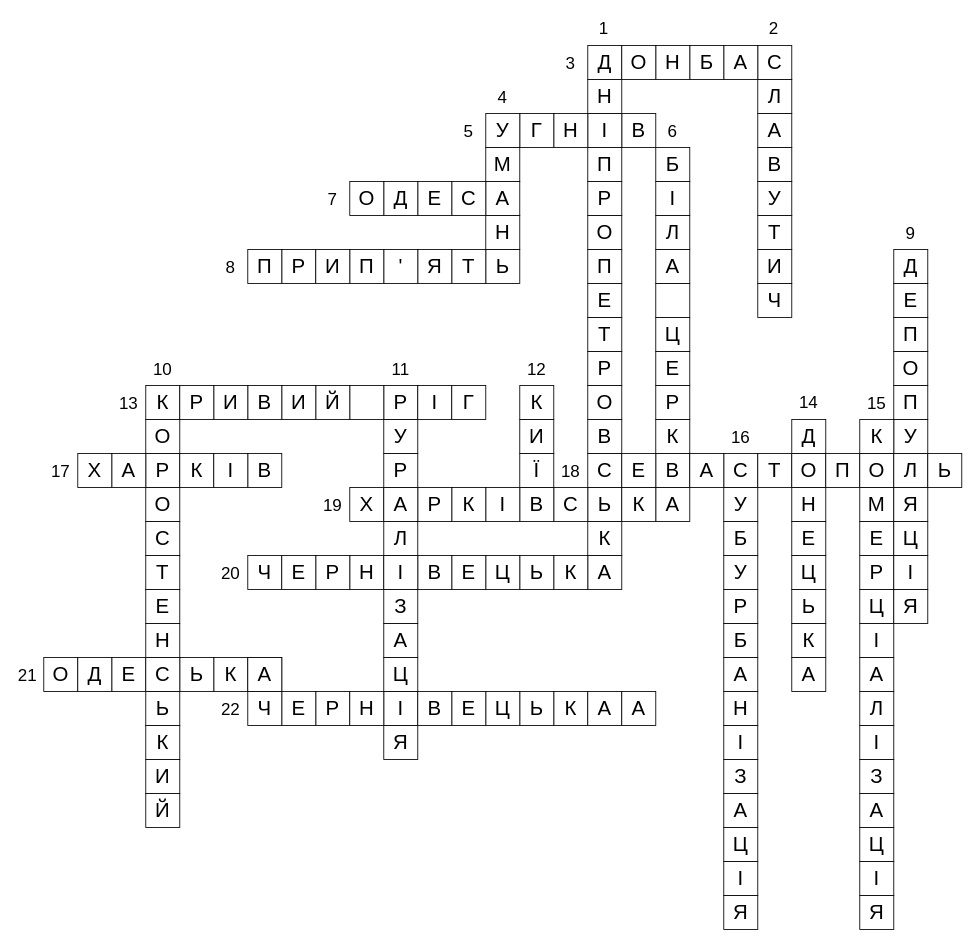
This is Копія Копія Копія Crossword.drawio from GeorgeShvab/diagrams, a draw.io file, before an edit. Source tidied: cells renumbered, new cells numbered last; positions are measured from the earlier drawing's top-left corner, leaving out a move shared by most shapes. Both pictures are drawn from the tidied source at 85%, with x=0, y=0 at pixel (14, 14).
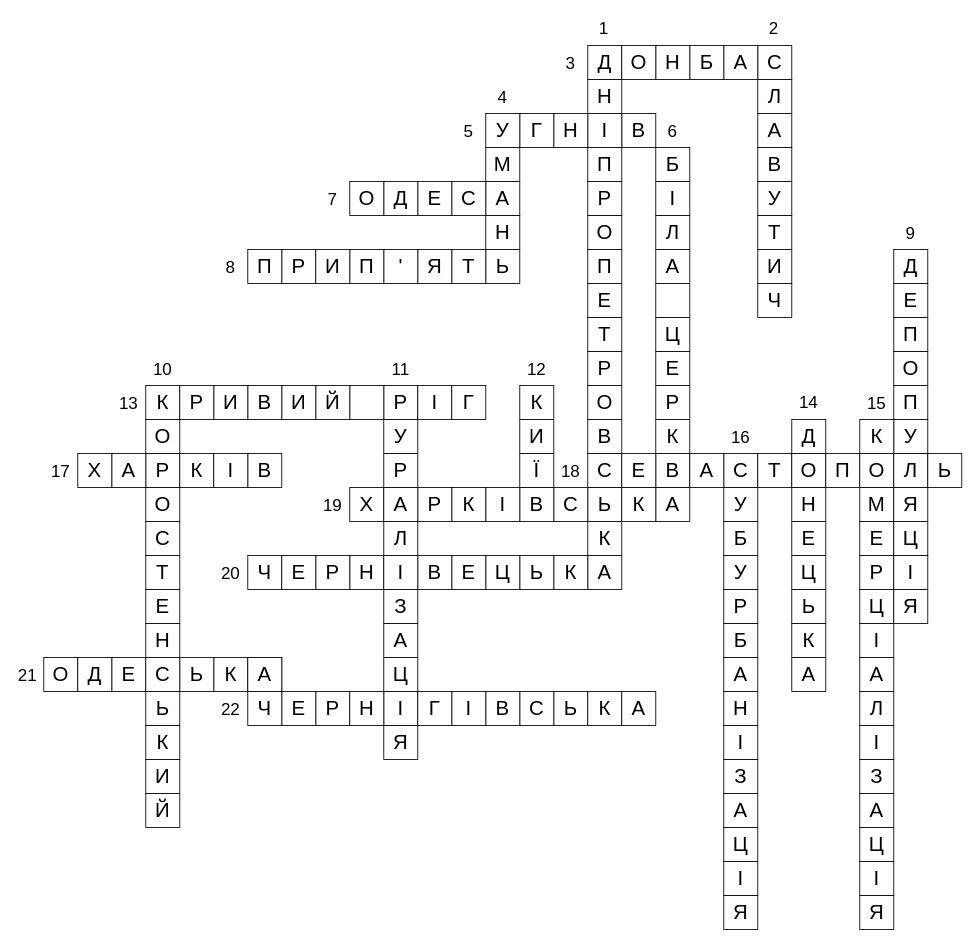
Above is the later version.

Change to the diagram source:
```diff
@@
-    <mxCell id="121" value="К" style="rounded=0;whiteSpace=wrap;html=1;fontSize=24;" parent="1" vertex="1">
+    <mxCell id="121" value="Ь" style="rounded=0;whiteSpace=wrap;html=1;fontSize=24;" parent="1" vertex="1">
       <mxGeometry x="634" y="796" width="40" height="40" as="geometry" />
     </mxCell>
-    <mxCell id="122" value="Ь" style="rounded=0;whiteSpace=wrap;html=1;fontSize=24;" parent="1" vertex="1">
+    <mxCell id="122" value="С" style="rounded=0;whiteSpace=wrap;html=1;fontSize=24;" parent="1" vertex="1">
       <mxGeometry x="594" y="796" width="40" height="40" as="geometry" />
     </mxCell>
-    <mxCell id="123" value="Ц" style="rounded=0;whiteSpace=wrap;html=1;fontSize=24;" parent="1" vertex="1">
+    <mxCell id="123" value="В" style="rounded=0;whiteSpace=wrap;html=1;fontSize=24;" parent="1" vertex="1">
       <mxGeometry x="554" y="796" width="40" height="40" as="geometry" />
     </mxCell>
-    <mxCell id="124" value="Е" style="rounded=0;whiteSpace=wrap;html=1;fontSize=24;" parent="1" vertex="1">
+    <mxCell id="124" value="І" style="rounded=0;whiteSpace=wrap;html=1;fontSize=24;" parent="1" vertex="1">
       <mxGeometry x="514" y="796" width="40" height="40" as="geometry" />
     </mxCell>
-    <mxCell id="125" value="В" style="rounded=0;whiteSpace=wrap;html=1;fontSize=24;" parent="1" vertex="1">
+    <mxCell id="125" value="Г" style="rounded=0;whiteSpace=wrap;html=1;fontSize=24;" parent="1" vertex="1">
       <mxGeometry x="474" y="796" width="40" height="40" as="geometry" />
     </mxCell>
@@
-    <mxCell id="127" value="А" style="rounded=0;whiteSpace=wrap;html=1;fontSize=24;" parent="1" vertex="1">
+    <mxCell id="127" value="К" style="rounded=0;whiteSpace=wrap;html=1;fontSize=24;" parent="1" vertex="1">
       <mxGeometry x="674" y="796" width="40" height="40" as="geometry" />
     </mxCell>
```
